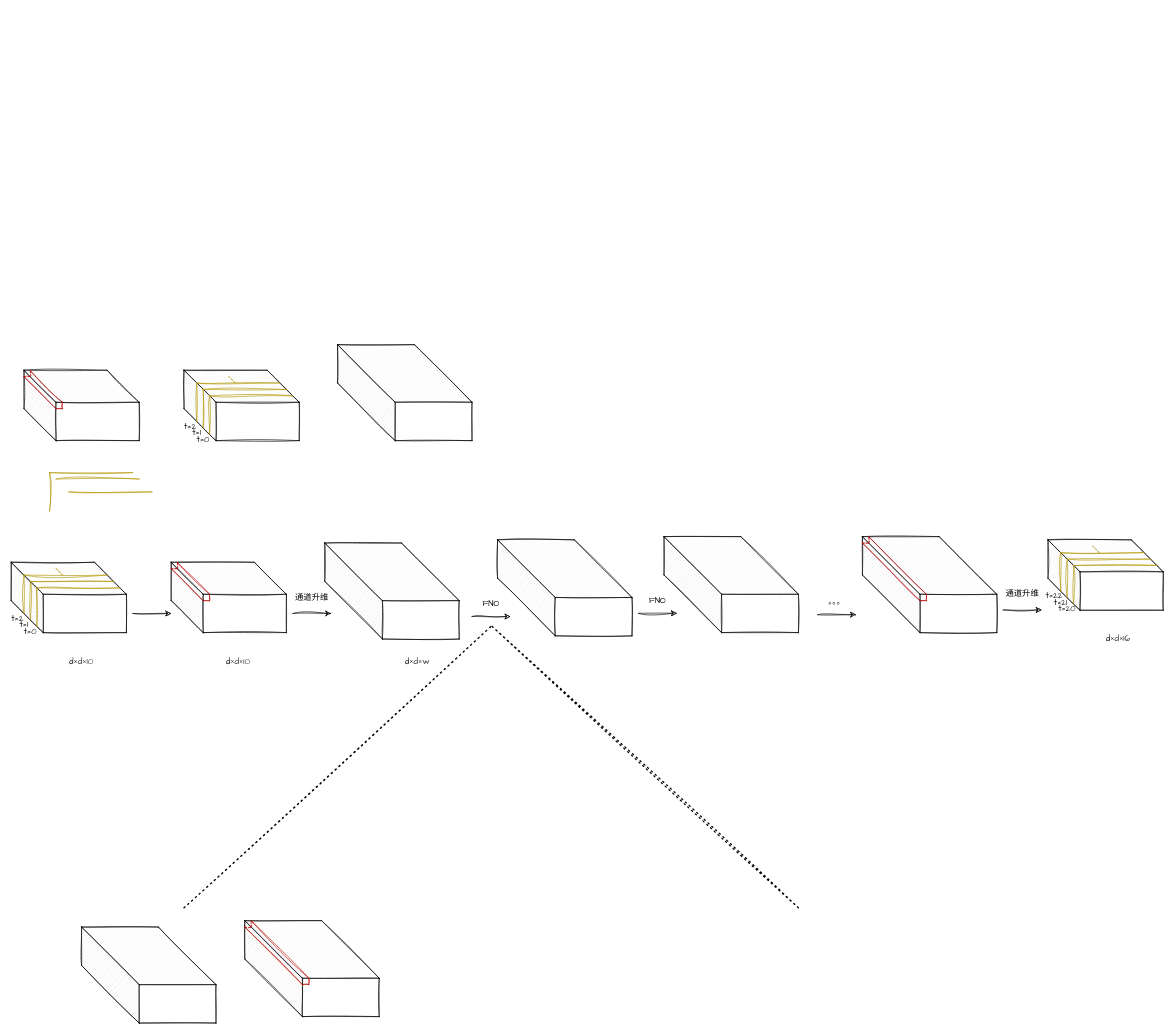
Above: 2022.10.18.drawio in 5huanghuai/Diagram (draw.io), before the change. Source tidied: cells renumbered, new cells numbered last; positions are measured from the earlier drawing's top-left corner, leaving out a move shared by most shapes. Both pictures are drawn from the tidied source at 64%, with x=0, y=0 at pixel (11, 344).
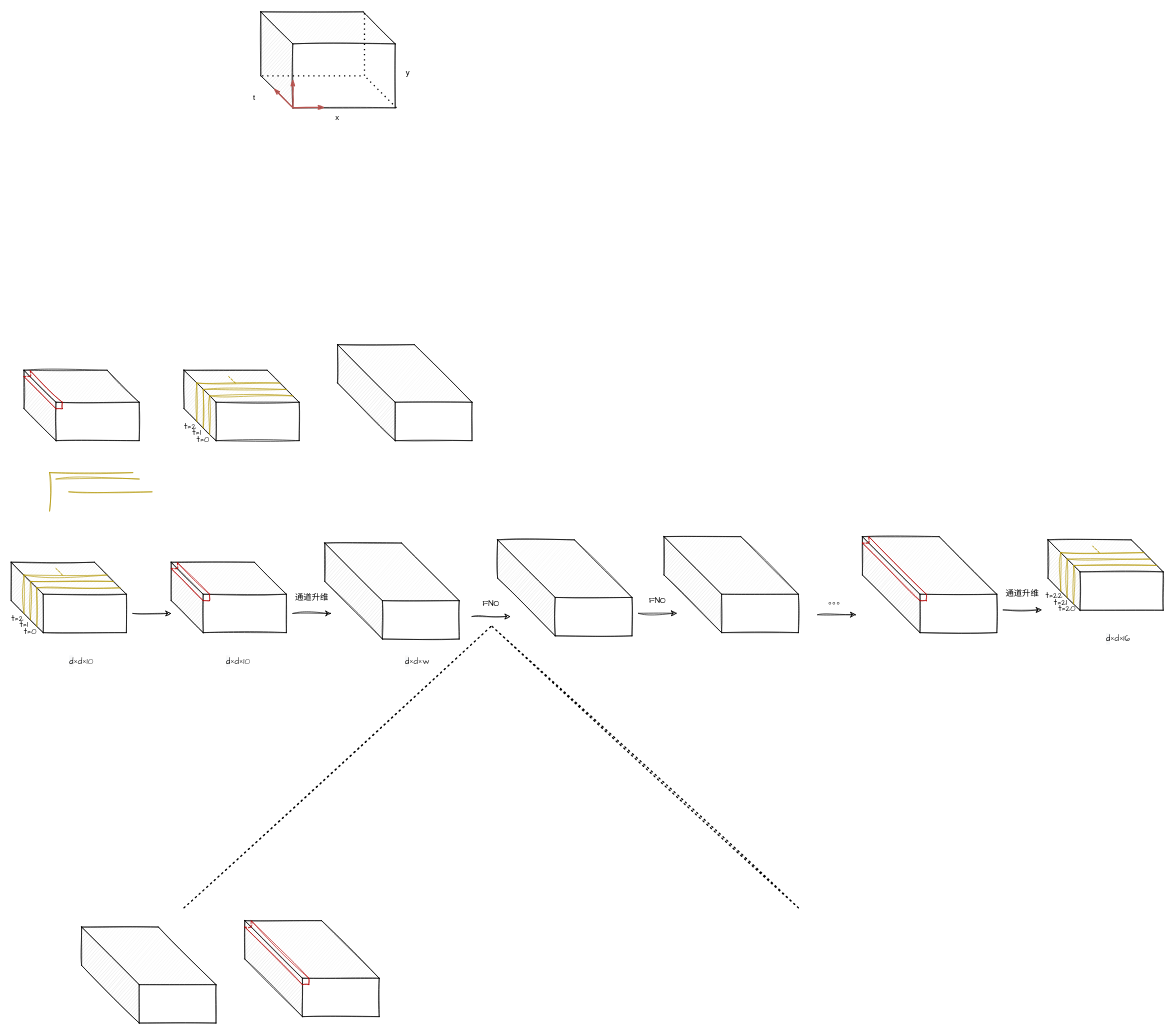
After the change.

Change to the diagram source:
```diff
@@
+    <mxCell id="85" style="shape=cube;whiteSpace=wrap;html=1;boundedLbl=1;backgroundOutline=1;darkOpacity=0.05;darkOpacity2=0.1;size=50;sketch=1;" parent="1" vertex="1">
+      <mxGeometry x="390" y="-520" width="210" height="150" as="geometry" />
+    </mxCell>
+    <mxCell id="86" value="x" style="text;html=1;strokeColor=none;fillColor=none;align=center;verticalAlign=middle;whiteSpace=wrap;rounded=0;" parent="1" vertex="1">
+      <mxGeometry x="480" y="-370" width="60" height="30" as="geometry" />
+    </mxCell>
+    <mxCell id="87" value="y" style="text;html=1;strokeColor=none;fillColor=none;align=center;verticalAlign=middle;whiteSpace=wrap;rounded=0;" parent="1" vertex="1">
+      <mxGeometry x="590" y="-440" width="60" height="30" as="geometry" />
+    </mxCell>
+    <mxCell id="88" value="t" style="text;html=1;strokeColor=none;fillColor=none;align=center;verticalAlign=middle;whiteSpace=wrap;rounded=0;" parent="1" vertex="1">
+      <mxGeometry x="350" y="-400" width="60" height="30" as="geometry" />
+    </mxCell>
+    <mxCell id="89" style="endArrow=none;dashed=1;html=1;dashPattern=1 3;strokeWidth=2;rounded=0;" parent="1" edge="1">
+      <mxGeometry relative="1" as="geometry">
+        <mxPoint x="552" y="-420" as="sourcePoint" />
+        <mxPoint x="552" y="-520" as="targetPoint" />
+      </mxGeometry>
+    </mxCell>
+    <mxCell id="90" style="endArrow=none;dashed=1;html=1;dashPattern=1 3;strokeWidth=2;rounded=0;" parent="1" edge="1">
+      <mxGeometry relative="1" as="geometry">
+        <mxPoint x="602" y="-370" as="sourcePoint" />
+        <mxPoint x="552" y="-420" as="targetPoint" />
+      </mxGeometry>
+    </mxCell>
+    <mxCell id="91" style="endArrow=none;dashed=1;html=1;dashPattern=1 3;strokeWidth=2;rounded=0;" parent="1" edge="1">
+      <mxGeometry relative="1" as="geometry">
+        <mxPoint x="392" y="-420" as="sourcePoint" />
+        <mxPoint x="552" y="-420" as="targetPoint" />
+      </mxGeometry>
+    </mxCell>
+    <mxCell id="92" style="endArrow=classicThin;html=1;strokeWidth=2;rounded=0;startArrow=none;startFill=0;endFill=1;sketch=1;fillColor=#f8cecc;strokeColor=#b85450;" parent="1" edge="1">
+      <mxGeometry relative="1" as="geometry">
+        <mxPoint x="440" y="-370" as="sourcePoint" />
+        <mxPoint x="440" y="-414.7" as="targetPoint" />
+        <Array as="points">
+          <mxPoint x="440" y="-390.5" />
+        </Array>
+      </mxGeometry>
+    </mxCell>
+    <mxCell id="93" style="endArrow=classicThin;html=1;strokeWidth=2;rounded=0;endFill=1;sketch=1;fillColor=#f8cecc;strokeColor=#b85450;" parent="1" edge="1">
+      <mxGeometry relative="1" as="geometry">
+        <mxPoint x="440" y="-370.5" as="sourcePoint" />
+        <mxPoint x="410" y="-400.5" as="targetPoint" />
+      </mxGeometry>
+    </mxCell>
+    <mxCell id="94" style="endArrow=classicThin;html=1;strokeWidth=2;rounded=0;endFill=1;sketch=1;fillColor=#f8cecc;strokeColor=#b85450;" parent="1" edge="1">
+      <mxGeometry relative="1" as="geometry">
+        <mxPoint x="440" y="-370.5" as="sourcePoint" />
+        <mxPoint x="490" y="-370.7" as="targetPoint" />
+      </mxGeometry>
+    </mxCell>
```
